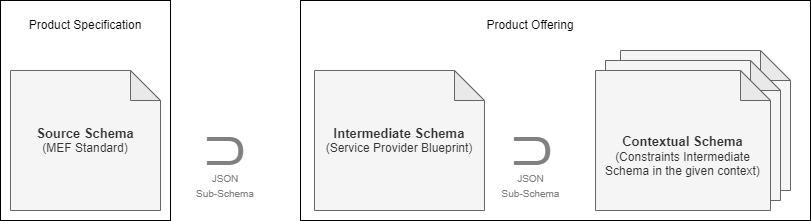
Before: documentation/productApi/catalog/media/source_intermediate_contextual_schemas_relations.png, a diagram exported from draw.io (MEF-GIT/MEF-LSO-Sonata-SDK). Source tidied: cells renumbered, new cells last; positions are measured from the earlier drawing's top-left corner, leaving out a move shared by most shapes. Its diagram source:
```xml
<mxGraphModel>
  <root>
    <mxCell id="0" />
    <mxCell id="1" parent="0" />
    <mxCell id="2" style="rounded=0;whiteSpace=wrap;html=1;" parent="1" vertex="1">
      <mxGeometry x="300" width="510" height="220" as="geometry" />
    </mxCell>
    <mxCell id="3" style="shape=note;whiteSpace=wrap;html=1;backgroundOutline=1;darkOpacity=0.05;fillColor=#f5f5f5;fontColor=#333333;strokeColor=#666666;" parent="1" vertex="1">
      <mxGeometry x="620" y="50" width="170" height="140" as="geometry" />
    </mxCell>
    <mxCell id="4" style="shape=note;whiteSpace=wrap;html=1;backgroundOutline=1;darkOpacity=0.05;fillColor=#f5f5f5;fontColor=#333333;strokeColor=#666666;" parent="1" vertex="1">
      <mxGeometry x="605" y="60" width="175" height="140" as="geometry" />
    </mxCell>
    <mxCell id="5" value="&lt;b style=&quot;font-size: 13px;&quot;&gt;&lt;br&gt;&lt;br&gt;&lt;font style=&quot;font-size: 13px;&quot;&gt;Contextual Schema&lt;/font&gt;&lt;/b&gt;&lt;font style=&quot;font-size: 13px;&quot;&gt;&lt;br&gt;&lt;/font&gt;(Constraints Intermediate Schema in the given context)" style="shape=note;whiteSpace=wrap;html=1;backgroundOutline=1;darkOpacity=0.05;fillColor=#f5f5f5;fontColor=#333333;strokeColor=#666666;" parent="1" vertex="1">
      <mxGeometry x="595" y="70" width="175" height="140" as="geometry" />
    </mxCell>
    <mxCell id="6" value="Product Offering" style="text;html=1;strokeColor=none;fillColor=none;align=center;verticalAlign=middle;whiteSpace=wrap;rounded=0;" parent="1" vertex="1">
      <mxGeometry x="455" y="10" width="150" height="30" as="geometry" />
    </mxCell>
    <mxCell id="7" style="rounded=0;whiteSpace=wrap;html=1;" parent="1" vertex="1">
      <mxGeometry width="170" height="220" as="geometry" />
    </mxCell>
    <mxCell id="8" value="&lt;font style=&quot;font-size: 13px;&quot;&gt;&lt;b&gt;Source Schema&lt;/b&gt;&lt;br&gt;&lt;/font&gt;(MEF Standard)" style="shape=note;whiteSpace=wrap;html=1;backgroundOutline=1;darkOpacity=0.05;fillColor=#f5f5f5;fontColor=#333333;strokeColor=#666666;" parent="1" vertex="1">
      <mxGeometry x="10" y="70" width="150" height="140" as="geometry" />
    </mxCell>
    <mxCell id="9" value="&lt;font style=&quot;font-size: 13px;&quot;&gt;&lt;b&gt;Intermediate Schema&lt;/b&gt;&lt;br&gt;&lt;/font&gt;(Service Provider Blueprint)" style="shape=note;whiteSpace=wrap;html=1;backgroundOutline=1;darkOpacity=0.05;fillColor=#f5f5f5;fontColor=#333333;strokeColor=#666666;" parent="1" vertex="1">
      <mxGeometry x="314" y="70" width="170" height="140" as="geometry" />
    </mxCell>
    <mxCell id="10" value="Product Specification" style="text;html=1;strokeColor=none;fillColor=none;align=center;verticalAlign=middle;whiteSpace=wrap;rounded=0;" parent="1" vertex="1">
      <mxGeometry x="10" y="10" width="150" height="30" as="geometry" />
    </mxCell>
    <mxCell id="11" value="&lt;font color=&quot;#808080&quot; style=&quot;font-size: 10px;&quot;&gt;JSON &lt;br&gt;Sub-Schema&lt;/font&gt;" style="text;html=1;strokeColor=none;fillColor=none;align=center;verticalAlign=middle;whiteSpace=wrap;rounded=0;" parent="1" vertex="1">
      <mxGeometry x="190" y="170" width="70" height="30" as="geometry" />
    </mxCell>
    <mxCell id="12" value="&lt;font color=&quot;#808080&quot; style=&quot;font-size: 10px;&quot;&gt;JSON &lt;br&gt;Sub-Schema&lt;/font&gt;" style="text;html=1;strokeColor=none;fillColor=none;align=center;verticalAlign=middle;whiteSpace=wrap;rounded=0;" parent="1" vertex="1">
      <mxGeometry x="497.5" y="170" width="65" height="30" as="geometry" />
    </mxCell>
    <mxCell id="13" value="&lt;font style=&quot;&quot;&gt;&lt;font style=&quot;font-size: 60px;&quot;&gt;⊂&lt;/font&gt;&lt;br&gt;&lt;/font&gt;" style="text;html=1;strokeColor=none;fillColor=none;align=center;verticalAlign=middle;whiteSpace=wrap;rounded=0;fontSize=10;fontColor=#808080;rotation=180;" parent="1" vertex="1">
      <mxGeometry x="195" y="140" width="60" height="30" as="geometry" />
    </mxCell>
    <mxCell id="14" value="&lt;font style=&quot;&quot;&gt;&lt;font style=&quot;font-size: 60px;&quot;&gt;⊂&lt;/font&gt;&lt;br&gt;&lt;/font&gt;" style="text;html=1;strokeColor=none;fillColor=none;align=center;verticalAlign=middle;whiteSpace=wrap;rounded=0;fontSize=10;fontColor=#808080;rotation=180;" parent="1" vertex="1">
      <mxGeometry x="502.5" y="140" width="60" height="30" as="geometry" />
    </mxCell>
  </root>
</mxGraphModel>
```
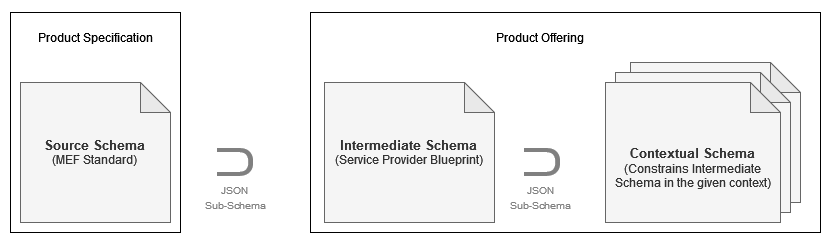
The same diagram one commit later.

The edit, as a diff of the source:
```diff
@@ -2,24 +2,27 @@
   <root>
     <mxCell id="0" />
     <mxCell id="1" parent="0" />
-    <mxCell id="2" style="rounded=0;whiteSpace=wrap;html=1;" parent="1" vertex="1">
-      <mxGeometry x="300" width="510" height="220" as="geometry" />
-    </mxCell>
-    <mxCell id="3" style="shape=note;whiteSpace=wrap;html=1;backgroundOutline=1;darkOpacity=0.05;fillColor=#f5f5f5;fontColor=#333333;strokeColor=#666666;" parent="1" vertex="1">
-      <mxGeometry x="620" y="50" width="170" height="140" as="geometry" />
-    </mxCell>
-    <mxCell id="4" style="shape=note;whiteSpace=wrap;html=1;backgroundOutline=1;darkOpacity=0.05;fillColor=#f5f5f5;fontColor=#333333;strokeColor=#666666;" parent="1" vertex="1">
-      <mxGeometry x="605" y="60" width="175" height="140" as="geometry" />
-    </mxCell>
-    <mxCell id="5" value="&lt;b style=&quot;font-size: 13px;&quot;&gt;&lt;br&gt;&lt;br&gt;&lt;font style=&quot;font-size: 13px;&quot;&gt;Contextual Schema&lt;/font&gt;&lt;/b&gt;&lt;font style=&quot;font-size: 13px;&quot;&gt;&lt;br&gt;&lt;/font&gt;(Constraints Intermediate Schema in the given context)" style="shape=note;whiteSpace=wrap;html=1;backgroundOutline=1;darkOpacity=0.05;fillColor=#f5f5f5;fontColor=#333333;strokeColor=#666666;" parent="1" vertex="1">
-      <mxGeometry x="595" y="70" width="175" height="140" as="geometry" />
-    </mxCell>
+    <mxCell id="15" style="rounded=0;whiteSpace=wrap;html=1;strokeColor=none;" parent="1" vertex="1">
+      <mxGeometry x="-10" y="-12" width="830" height="240" as="geometry" />
+    </mxCell>
+    <mxCell id="16" style="rounded=0;whiteSpace=wrap;html=1;" parent="1" vertex="1">
+      <mxGeometry x="300" width="510" height="220" as="geometry" />
+    </mxCell>
+    <mxCell id="17" style="shape=note;whiteSpace=wrap;html=1;backgroundOutline=1;darkOpacity=0.05;fillColor=#f5f5f5;fontColor=#333333;strokeColor=#666666;" parent="1" vertex="1">
+      <mxGeometry x="620" y="50" width="170" height="140" as="geometry" />
+    </mxCell>
+    <mxCell id="18" style="shape=note;whiteSpace=wrap;html=1;backgroundOutline=1;darkOpacity=0.05;fillColor=#f5f5f5;fontColor=#333333;strokeColor=#666666;" parent="1" vertex="1">
+      <mxGeometry x="605" y="60" width="175" height="140" as="geometry" />
+    </mxCell>
+    <mxCell id="19" value="&lt;b style=&quot;font-size: 13px;&quot;&gt;&lt;br&gt;&lt;br&gt;&lt;font style=&quot;font-size: 13px;&quot;&gt;Contextual Schema&lt;/font&gt;&lt;/b&gt;&lt;font style=&quot;font-size: 13px;&quot;&gt;&lt;br&gt;&lt;/font&gt;(Constrains Intermediate Schema in the given context)" style="shape=note;whiteSpace=wrap;html=1;backgroundOutline=1;darkOpacity=0.05;fillColor=#f5f5f5;fontColor=#333333;strokeColor=#666666;" parent="1" vertex="1">
+      <mxGeometry x="595" y="70" width="175" height="140" as="geometry" />
+    </mxCell>
     <mxCell id="6" value="Product Offering" style="text;html=1;strokeColor=none;fillColor=none;align=center;verticalAlign=middle;whiteSpace=wrap;rounded=0;" parent="1" vertex="1">
       <mxGeometry x="455" y="10" width="150" height="30" as="geometry" />
     </mxCell>
-    <mxCell id="7" style="rounded=0;whiteSpace=wrap;html=1;" parent="1" vertex="1">
-      <mxGeometry width="170" height="220" as="geometry" />
-    </mxCell>
+    <mxCell id="20" style="rounded=0;whiteSpace=wrap;html=1;" parent="1" vertex="1">
+      <mxGeometry width="170" height="220" as="geometry" />
+    </mxCell>
     <mxCell id="8" value="&lt;font style=&quot;font-size: 13px;&quot;&gt;&lt;b&gt;Source Schema&lt;/b&gt;&lt;br&gt;&lt;/font&gt;(MEF Standard)" style="shape=note;whiteSpace=wrap;html=1;backgroundOutline=1;darkOpacity=0.05;fillColor=#f5f5f5;fontColor=#333333;strokeColor=#666666;" parent="1" vertex="1">
       <mxGeometry x="10" y="70" width="150" height="140" as="geometry" />
     </mxCell>
@@ -29,17 +32,17 @@
     <mxCell id="10" value="Product Specification" style="text;html=1;strokeColor=none;fillColor=none;align=center;verticalAlign=middle;whiteSpace=wrap;rounded=0;" parent="1" vertex="1">
       <mxGeometry x="10" y="10" width="150" height="30" as="geometry" />
     </mxCell>
-    <mxCell id="11" value="&lt;font color=&quot;#808080&quot; style=&quot;font-size: 10px;&quot;&gt;JSON &lt;br&gt;Sub-Schema&lt;/font&gt;" style="text;html=1;strokeColor=none;fillColor=none;align=center;verticalAlign=middle;whiteSpace=wrap;rounded=0;" parent="1" vertex="1">
-      <mxGeometry x="190" y="170" width="70" height="30" as="geometry" />
-    </mxCell>
-    <mxCell id="12" value="&lt;font color=&quot;#808080&quot; style=&quot;font-size: 10px;&quot;&gt;JSON &lt;br&gt;Sub-Schema&lt;/font&gt;" style="text;html=1;strokeColor=none;fillColor=none;align=center;verticalAlign=middle;whiteSpace=wrap;rounded=0;" parent="1" vertex="1">
-      <mxGeometry x="497.5" y="170" width="65" height="30" as="geometry" />
-    </mxCell>
-    <mxCell id="13" value="&lt;font style=&quot;&quot;&gt;&lt;font style=&quot;font-size: 60px;&quot;&gt;⊂&lt;/font&gt;&lt;br&gt;&lt;/font&gt;" style="text;html=1;strokeColor=none;fillColor=none;align=center;verticalAlign=middle;whiteSpace=wrap;rounded=0;fontSize=10;fontColor=#808080;rotation=180;" parent="1" vertex="1">
-      <mxGeometry x="195" y="140" width="60" height="30" as="geometry" />
-    </mxCell>
-    <mxCell id="14" value="&lt;font style=&quot;&quot;&gt;&lt;font style=&quot;font-size: 60px;&quot;&gt;⊂&lt;/font&gt;&lt;br&gt;&lt;/font&gt;" style="text;html=1;strokeColor=none;fillColor=none;align=center;verticalAlign=middle;whiteSpace=wrap;rounded=0;fontSize=10;fontColor=#808080;rotation=180;" parent="1" vertex="1">
-      <mxGeometry x="502.5" y="140" width="60" height="30" as="geometry" />
-    </mxCell>
+    <mxCell id="21" value="&lt;font color=&quot;#808080&quot; style=&quot;font-size: 10px;&quot;&gt;JSON &lt;br&gt;Sub-Schema&lt;/font&gt;" style="text;html=1;strokeColor=none;fillColor=none;align=center;verticalAlign=middle;whiteSpace=wrap;rounded=0;" parent="1" vertex="1">
+      <mxGeometry x="190" y="170" width="70" height="30" as="geometry" />
+    </mxCell>
+    <mxCell id="22" value="&lt;font color=&quot;#808080&quot; style=&quot;font-size: 10px;&quot;&gt;JSON &lt;br&gt;Sub-Schema&lt;/font&gt;" style="text;html=1;strokeColor=none;fillColor=none;align=center;verticalAlign=middle;whiteSpace=wrap;rounded=0;" parent="1" vertex="1">
+      <mxGeometry x="497.5" y="170" width="65" height="30" as="geometry" />
+    </mxCell>
+    <mxCell id="23" value="&lt;font style=&quot;&quot;&gt;&lt;font style=&quot;font-size: 60px;&quot;&gt;⊂&lt;/font&gt;&lt;br&gt;&lt;/font&gt;" style="text;html=1;strokeColor=none;fillColor=none;align=center;verticalAlign=middle;whiteSpace=wrap;rounded=0;fontSize=10;fontColor=#808080;rotation=180;" parent="1" vertex="1">
+      <mxGeometry x="195" y="140" width="60" height="30" as="geometry" />
+    </mxCell>
+    <mxCell id="24" value="&lt;font style=&quot;&quot;&gt;&lt;font style=&quot;font-size: 60px;&quot;&gt;⊂&lt;/font&gt;&lt;br&gt;&lt;/font&gt;" style="text;html=1;strokeColor=none;fillColor=none;align=center;verticalAlign=middle;whiteSpace=wrap;rounded=0;fontSize=10;fontColor=#808080;rotation=180;" parent="1" vertex="1">
+      <mxGeometry x="502.5" y="140" width="60" height="30" as="geometry" />
+    </mxCell>
   </root>
 </mxGraphModel>
```
